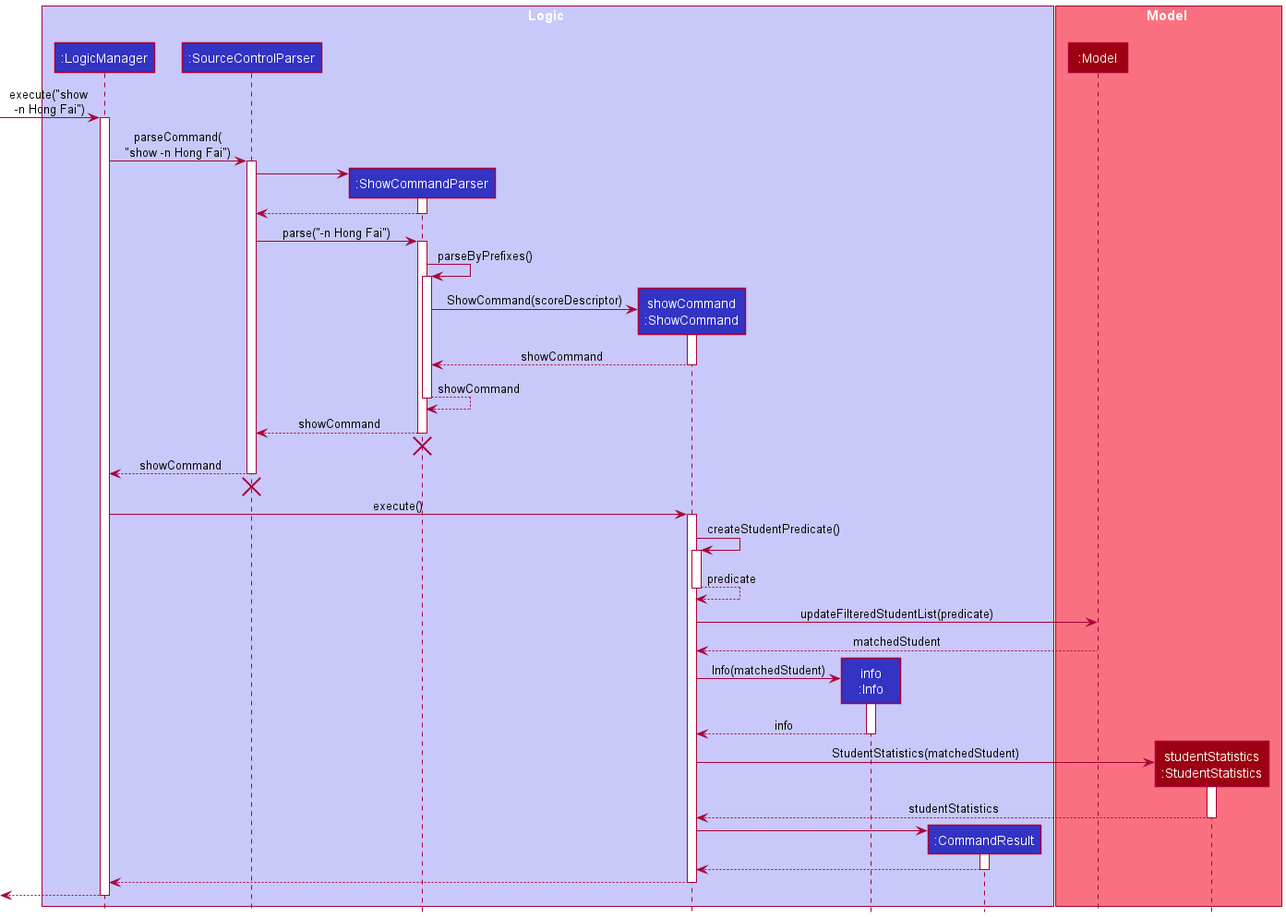
Before: docs/images/ShowSequenceDiagram.png, a diagram exported from PlantUML (nus-cs2103-AY2122S1/tp).
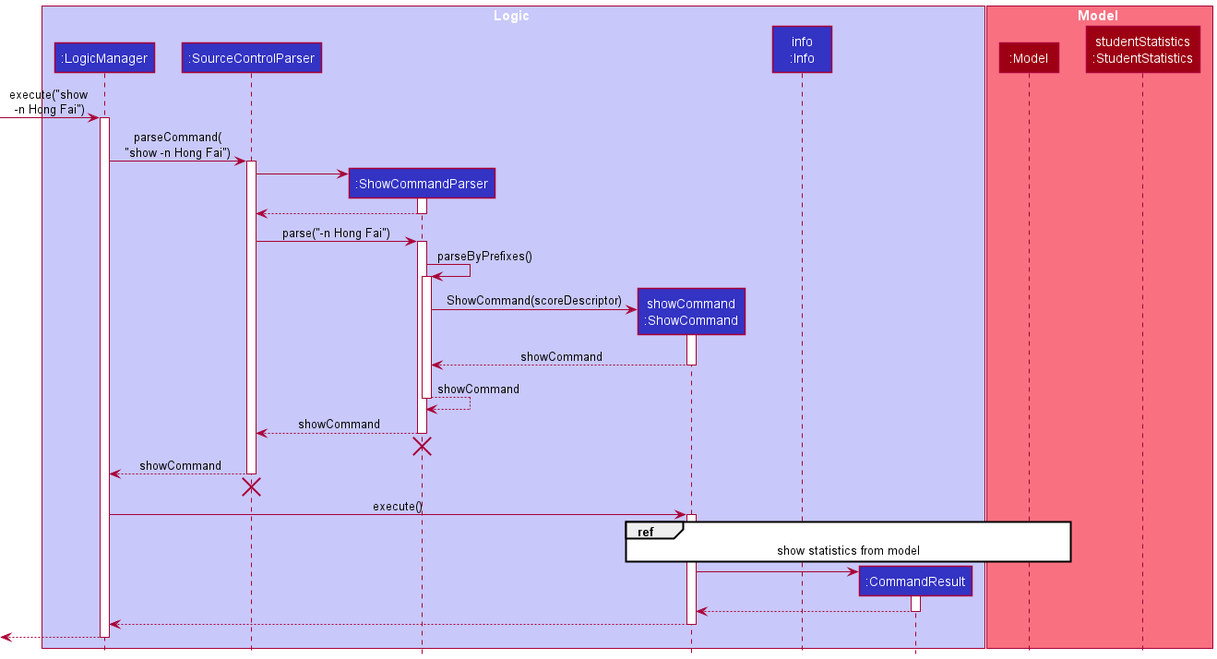
The same diagram one commit later.

Commit message:
Make sequence diagrams bigger

Diff of the diagram source:
```diff
@@ -59,28 +59,7 @@
 LogicManager -> ShowCommand : execute()
 activate ShowCommand
 
-ShowCommand -> ShowCommand : createStudentPredicate()
-activate ShowCommand
-
-ShowCommand --> ShowCommand : predicate
-deactivate ShowCommand
-
-ShowCommand -> Model : updateFilteredStudentList(predicate)
-Model --> ShowCommand : matchedStudent
-
-create Info
-ShowCommand -> Info : Info(matchedStudent)
-activate Info
-
-Info --> ShowCommand : info
-deactivate Info
-
-create StudentStatistics
-ShowCommand -> StudentStatistics : StudentStatistics(matchedStudent)
-activate StudentStatistics
-
-StudentStatistics --> ShowCommand : studentStatistics
-deactivate StudentStatistics
+ref over ShowCommand, Model : show statistics from model
 
 create CommandResult
 ShowCommand -> CommandResult
```
